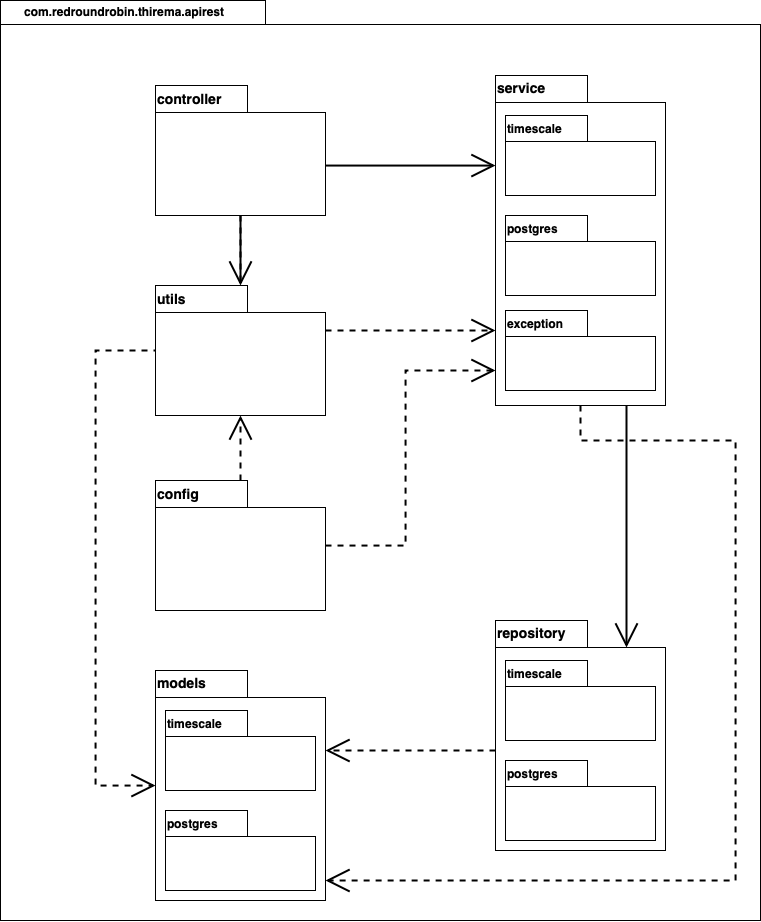
This is esterni/allegato_tecnico/res/images/API/packageAPI.png from RedRoundRobin/swe-docs, a draw.io export, as it was before one commit. Source tidied: cells renumbered, new cells last; positions are measured from the earlier drawing's top-left corner, leaving out a move shared by most shapes. The source it was exported from:
```xml
<mxGraphModel>
  <root>
    <mxCell id="0" />
    <mxCell id="1" parent="0" />
    <mxCell id="2" value="package" style="shape=folder;fontStyle=1;spacingTop=10;tabWidth=40;tabHeight=14;tabPosition=left;html=1;" parent="1" vertex="1">
      <mxGeometry x="345" y="620" width="70" height="50" as="geometry" />
    </mxCell>
    <mxCell id="3" value="com.redroundrobin.thirema.apirest" style="shape=folder;fontStyle=1;spacingTop=-2;tabWidth=265;tabHeight=24;tabPosition=left;html=1;align=left;verticalAlign=top;spacingLeft=22;" parent="1" vertex="1">
      <mxGeometry width="760" height="920" as="geometry" />
    </mxCell>
    <mxCell id="4" style="edgeStyle=orthogonalEdgeStyle;rounded=0;jettySize=auto;html=1;startSize=20;endArrow=open;endFill=0;endSize=20;strokeWidth=2;" parent="1" edge="1" source="15" target="16">
      <mxGeometry relative="1" as="geometry" />
    </mxCell>
    <mxCell id="5" value="&lt;font style=&quot;font-size: 14px&quot;&gt;models&lt;/font&gt;" style="shape=folder;fontStyle=1;spacingTop=-2;tabWidth=92;tabHeight=27;tabPosition=left;html=1;align=left;verticalAlign=top;" parent="1" vertex="1">
      <mxGeometry x="155" y="670" width="170" height="230" as="geometry" />
    </mxCell>
    <mxCell id="6" style="edgeStyle=orthogonalEdgeStyle;rounded=0;jettySize=auto;html=1;dashed=1;startSize=20;endArrow=open;endFill=0;endSize=20;strokeWidth=2;" parent="1" edge="1" source="13" target="5">
      <mxGeometry relative="1" as="geometry">
        <Array as="points">
          <mxPoint x="465" y="750" />
          <mxPoint x="465" y="750" />
        </Array>
      </mxGeometry>
    </mxCell>
    <mxCell id="7" value="timescale" style="shape=folder;fontStyle=1;spacingTop=0;tabWidth=82;tabHeight=26;tabPosition=left;html=1;align=left;verticalAlign=top;" parent="1" vertex="1">
      <mxGeometry x="165" y="710" width="150" height="80" as="geometry" />
    </mxCell>
    <mxCell id="8" style="edgeStyle=orthogonalEdgeStyle;rounded=0;jettySize=auto;html=1;endSize=20;startSize=20;endArrow=open;endFill=0;strokeWidth=2;" parent="1" edge="1" source="15" target="14">
      <mxGeometry relative="1" as="geometry">
        <Array as="points">
          <mxPoint x="445" y="165" />
          <mxPoint x="445" y="165" />
        </Array>
      </mxGeometry>
    </mxCell>
    <mxCell id="9" style="edgeStyle=orthogonalEdgeStyle;rounded=0;jettySize=auto;html=1;dashed=1;startSize=20;endArrow=open;endFill=0;endSize=20;strokeWidth=2;" parent="1" edge="1" source="15" target="5">
      <mxGeometry relative="1" as="geometry">
        <Array as="points">
          <mxPoint x="95" y="350" />
          <mxPoint x="95" y="785" />
        </Array>
      </mxGeometry>
    </mxCell>
    <mxCell id="10" style="edgeStyle=orthogonalEdgeStyle;rounded=0;jettySize=auto;html=1;startSize=20;endArrow=open;endFill=0;endSize=20;strokeWidth=2;entryX=0;entryY=0;entryDx=131;entryDy=27;entryPerimeter=0;" parent="1" edge="1" source="14" target="13">
      <mxGeometry relative="1" as="geometry">
        <Array as="points">
          <mxPoint x="626" y="600" />
          <mxPoint x="626" y="600" />
        </Array>
      </mxGeometry>
    </mxCell>
    <mxCell id="11" style="edgeStyle=orthogonalEdgeStyle;rounded=0;jettySize=auto;html=1;dashed=1;startSize=20;endArrow=open;endFill=0;endSize=20;strokeWidth=2;" parent="1" edge="1" source="14" target="5">
      <mxGeometry relative="1" as="geometry">
        <Array as="points">
          <mxPoint x="735" y="440" />
          <mxPoint x="735" y="880" />
        </Array>
      </mxGeometry>
    </mxCell>
    <mxCell id="12" style="edgeStyle=orthogonalEdgeStyle;rounded=0;jettySize=auto;html=1;dashed=1;startSize=20;endArrow=open;endFill=0;endSize=20;strokeWidth=2;fontSize=20;" parent="1" edge="1" source="16" target="14">
      <mxGeometry relative="1" as="geometry">
        <Array as="points">
          <mxPoint x="415" y="330" />
          <mxPoint x="415" y="330" />
        </Array>
      </mxGeometry>
    </mxCell>
    <mxCell id="13" value="&lt;font style=&quot;font-size: 14px&quot;&gt;repository&lt;/font&gt;" style="shape=folder;fontStyle=1;spacingTop=-2;tabWidth=92;tabHeight=27;tabPosition=left;html=1;align=left;verticalAlign=top;" parent="1" vertex="1">
      <mxGeometry x="495" y="620" width="170" height="230" as="geometry" />
    </mxCell>
    <mxCell id="14" value="&lt;font style=&quot;font-size: 14px&quot;&gt;service&lt;/font&gt;" style="shape=folder;fontStyle=1;spacingTop=-2;tabWidth=92;tabHeight=27;tabPosition=left;html=1;align=left;verticalAlign=top;" parent="1" vertex="1">
      <mxGeometry x="495" y="75" width="170" height="330" as="geometry" />
    </mxCell>
    <mxCell id="15" value="&lt;font style=&quot;font-size: 14px;&quot;&gt;controller&lt;/font&gt;" style="shape=folder;fontStyle=1;spacingTop=-1;tabWidth=92;tabHeight=27;tabPosition=left;html=1;align=left;verticalAlign=top;fontSize=14;" parent="1" vertex="1">
      <mxGeometry x="155" y="85" width="170" height="130" as="geometry" />
    </mxCell>
    <mxCell id="16" value="&lt;font style=&quot;font-size: 14px;&quot;&gt;utils&lt;/font&gt;" style="shape=folder;fontStyle=1;spacingTop=-1;tabWidth=92;tabHeight=27;tabPosition=left;html=1;align=left;verticalAlign=top;fontSize=14;" parent="1" vertex="1">
      <mxGeometry x="155" y="285" width="170" height="130" as="geometry" />
    </mxCell>
    <mxCell id="17" value="postgres" style="shape=folder;fontStyle=1;spacingTop=0;tabWidth=82;tabHeight=26;tabPosition=left;html=1;align=left;verticalAlign=top;" parent="1" vertex="1">
      <mxGeometry x="165" y="810" width="150" height="80" as="geometry" />
    </mxCell>
    <mxCell id="18" value="timescale" style="shape=folder;fontStyle=1;spacingTop=0;tabWidth=82;tabHeight=26;tabPosition=left;html=1;align=left;verticalAlign=top;" parent="1" vertex="1">
      <mxGeometry x="505" y="660" width="150" height="80" as="geometry" />
    </mxCell>
    <mxCell id="19" value="postgres" style="shape=folder;fontStyle=1;spacingTop=0;tabWidth=82;tabHeight=26;tabPosition=left;html=1;align=left;verticalAlign=top;" parent="1" vertex="1">
      <mxGeometry x="505" y="760" width="150" height="80" as="geometry" />
    </mxCell>
    <mxCell id="20" value="timescale" style="shape=folder;fontStyle=1;spacingTop=0;tabWidth=82;tabHeight=26;tabPosition=left;html=1;align=left;verticalAlign=top;" parent="1" vertex="1">
      <mxGeometry x="505" y="115" width="150" height="80" as="geometry" />
    </mxCell>
    <mxCell id="21" value="postgres" style="shape=folder;fontStyle=1;spacingTop=0;tabWidth=82;tabHeight=26;tabPosition=left;html=1;align=left;verticalAlign=top;" parent="1" vertex="1">
      <mxGeometry x="505" y="215" width="150" height="80" as="geometry" />
    </mxCell>
    <mxCell id="22" value="exception" style="shape=folder;fontStyle=1;spacingTop=0;tabWidth=82;tabHeight=26;tabPosition=left;html=1;align=left;verticalAlign=top;" parent="1" vertex="1">
      <mxGeometry x="505" y="310" width="150" height="80" as="geometry" />
    </mxCell>
    <mxCell id="23" style="edgeStyle=orthogonalEdgeStyle;rounded=0;jettySize=auto;html=1;dashed=1;startSize=20;endArrow=open;endFill=0;endSize=20;strokeWidth=2;fontSize=14;" parent="1" edge="1" source="25" target="16">
      <mxGeometry relative="1" as="geometry" />
    </mxCell>
    <mxCell id="24" style="edgeStyle=orthogonalEdgeStyle;rounded=0;jettySize=auto;html=1;dashed=1;startSize=20;endArrow=open;endFill=0;endSize=20;strokeWidth=2;fontSize=14;" parent="1" edge="1" source="25" target="14">
      <mxGeometry relative="1" as="geometry">
        <Array as="points">
          <mxPoint x="405" y="545" />
          <mxPoint x="405" y="370" />
        </Array>
      </mxGeometry>
    </mxCell>
    <mxCell id="25" value="&lt;font style=&quot;font-size: 14px&quot;&gt;config&lt;/font&gt;" style="shape=folder;fontStyle=1;spacingTop=-1;tabWidth=92;tabHeight=27;tabPosition=left;html=1;align=left;verticalAlign=top;fontSize=14;" parent="1" vertex="1">
      <mxGeometry x="155" y="480" width="170" height="130" as="geometry" />
    </mxCell>
  </root>
</mxGraphModel>
```
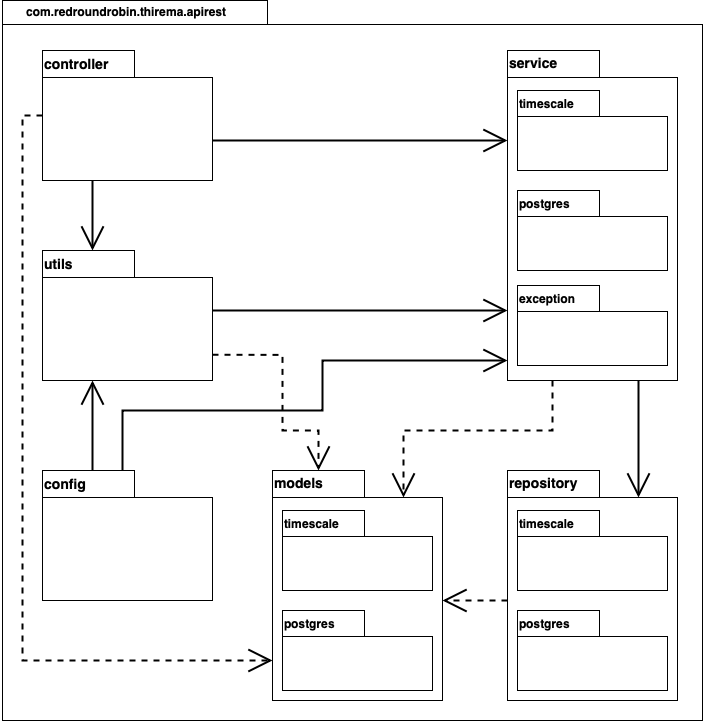
The same file after the commit.

What changed in the source:
```diff
@@ -6,108 +6,128 @@
       <mxGeometry x="345" y="620" width="70" height="50" as="geometry" />
     </mxCell>
     <mxCell id="3" value="com.redroundrobin.thirema.apirest" style="shape=folder;fontStyle=1;spacingTop=-2;tabWidth=265;tabHeight=24;tabPosition=left;html=1;align=left;verticalAlign=top;spacingLeft=22;" parent="1" vertex="1">
-      <mxGeometry width="760" height="920" as="geometry" />
+      <mxGeometry x="-10" width="700" height="720" as="geometry" />
     </mxCell>
     <mxCell id="4" style="edgeStyle=orthogonalEdgeStyle;rounded=0;jettySize=auto;html=1;startSize=20;endArrow=open;endFill=0;endSize=20;strokeWidth=2;" parent="1" edge="1" source="15" target="16">
-      <mxGeometry relative="1" as="geometry" />
+      <mxGeometry relative="1" as="geometry">
+        <Array as="points">
+          <mxPoint x="80" y="210" />
+          <mxPoint x="80" y="210" />
+        </Array>
+      </mxGeometry>
     </mxCell>
     <mxCell id="5" value="&lt;font style=&quot;font-size: 14px&quot;&gt;models&lt;/font&gt;" style="shape=folder;fontStyle=1;spacingTop=-2;tabWidth=92;tabHeight=27;tabPosition=left;html=1;align=left;verticalAlign=top;" parent="1" vertex="1">
-      <mxGeometry x="155" y="670" width="170" height="230" as="geometry" />
+      <mxGeometry x="260" y="470" width="170" height="230" as="geometry" />
     </mxCell>
     <mxCell id="6" style="edgeStyle=orthogonalEdgeStyle;rounded=0;jettySize=auto;html=1;dashed=1;startSize=20;endArrow=open;endFill=0;endSize=20;strokeWidth=2;" parent="1" edge="1" source="13" target="5">
       <mxGeometry relative="1" as="geometry">
         <Array as="points">
-          <mxPoint x="465" y="750" />
-          <mxPoint x="465" y="750" />
+          <mxPoint x="460" y="600" />
+          <mxPoint x="460" y="600" />
         </Array>
       </mxGeometry>
     </mxCell>
     <mxCell id="7" value="timescale" style="shape=folder;fontStyle=1;spacingTop=0;tabWidth=82;tabHeight=26;tabPosition=left;html=1;align=left;verticalAlign=top;" parent="1" vertex="1">
-      <mxGeometry x="165" y="710" width="150" height="80" as="geometry" />
+      <mxGeometry x="270" y="510" width="150" height="80" as="geometry" />
     </mxCell>
     <mxCell id="8" style="edgeStyle=orthogonalEdgeStyle;rounded=0;jettySize=auto;html=1;endSize=20;startSize=20;endArrow=open;endFill=0;strokeWidth=2;" parent="1" edge="1" source="15" target="14">
       <mxGeometry relative="1" as="geometry">
         <Array as="points">
-          <mxPoint x="445" y="165" />
-          <mxPoint x="445" y="165" />
+          <mxPoint x="340" y="140" />
+          <mxPoint x="340" y="140" />
         </Array>
       </mxGeometry>
     </mxCell>
     <mxCell id="9" style="edgeStyle=orthogonalEdgeStyle;rounded=0;jettySize=auto;html=1;dashed=1;startSize=20;endArrow=open;endFill=0;endSize=20;strokeWidth=2;" parent="1" edge="1" source="15" target="5">
       <mxGeometry relative="1" as="geometry">
         <Array as="points">
-          <mxPoint x="95" y="350" />
-          <mxPoint x="95" y="785" />
+          <mxPoint x="10" y="115" />
+          <mxPoint x="10" y="660" />
         </Array>
       </mxGeometry>
     </mxCell>
     <mxCell id="10" style="edgeStyle=orthogonalEdgeStyle;rounded=0;jettySize=auto;html=1;startSize=20;endArrow=open;endFill=0;endSize=20;strokeWidth=2;entryX=0;entryY=0;entryDx=131;entryDy=27;entryPerimeter=0;" parent="1" edge="1" source="14" target="13">
       <mxGeometry relative="1" as="geometry">
         <Array as="points">
-          <mxPoint x="626" y="600" />
-          <mxPoint x="626" y="600" />
+          <mxPoint x="626" y="440" />
+          <mxPoint x="626" y="440" />
         </Array>
       </mxGeometry>
     </mxCell>
-    <mxCell id="11" style="edgeStyle=orthogonalEdgeStyle;rounded=0;jettySize=auto;html=1;dashed=1;startSize=20;endArrow=open;endFill=0;endSize=20;strokeWidth=2;" parent="1" edge="1" source="14" target="5">
+    <mxCell id="11" style="edgeStyle=orthogonalEdgeStyle;rounded=0;jettySize=auto;html=1;dashed=1;startSize=20;endArrow=open;endFill=0;endSize=20;strokeWidth=2;entryX=0;entryY=0;entryDx=131;entryDy=27;entryPerimeter=0;" parent="1" edge="1" source="14" target="5">
       <mxGeometry relative="1" as="geometry">
         <Array as="points">
-          <mxPoint x="735" y="440" />
-          <mxPoint x="735" y="880" />
+          <mxPoint x="540" y="430" />
+          <mxPoint x="391" y="430" />
         </Array>
       </mxGeometry>
     </mxCell>
-    <mxCell id="12" style="edgeStyle=orthogonalEdgeStyle;rounded=0;jettySize=auto;html=1;dashed=1;startSize=20;endArrow=open;endFill=0;endSize=20;strokeWidth=2;fontSize=20;" parent="1" edge="1" source="16" target="14">
+    <mxCell id="12" style="edgeStyle=orthogonalEdgeStyle;rounded=0;jettySize=auto;html=1;startSize=20;endArrow=open;endFill=0;endSize=20;strokeWidth=2;fontSize=20;" parent="1" edge="1" source="16" target="14">
       <mxGeometry relative="1" as="geometry">
         <Array as="points">
-          <mxPoint x="415" y="330" />
-          <mxPoint x="415" y="330" />
+          <mxPoint x="430" y="310" />
+          <mxPoint x="430" y="310" />
         </Array>
       </mxGeometry>
     </mxCell>
     <mxCell id="13" value="&lt;font style=&quot;font-size: 14px&quot;&gt;repository&lt;/font&gt;" style="shape=folder;fontStyle=1;spacingTop=-2;tabWidth=92;tabHeight=27;tabPosition=left;html=1;align=left;verticalAlign=top;" parent="1" vertex="1">
-      <mxGeometry x="495" y="620" width="170" height="230" as="geometry" />
+      <mxGeometry x="495" y="470" width="170" height="230" as="geometry" />
     </mxCell>
     <mxCell id="14" value="&lt;font style=&quot;font-size: 14px&quot;&gt;service&lt;/font&gt;" style="shape=folder;fontStyle=1;spacingTop=-2;tabWidth=92;tabHeight=27;tabPosition=left;html=1;align=left;verticalAlign=top;" parent="1" vertex="1">
-      <mxGeometry x="495" y="75" width="170" height="330" as="geometry" />
+      <mxGeometry x="495" y="50" width="170" height="330" as="geometry" />
     </mxCell>
     <mxCell id="15" value="&lt;font style=&quot;font-size: 14px;&quot;&gt;controller&lt;/font&gt;" style="shape=folder;fontStyle=1;spacingTop=-1;tabWidth=92;tabHeight=27;tabPosition=left;html=1;align=left;verticalAlign=top;fontSize=14;" parent="1" vertex="1">
-      <mxGeometry x="155" y="85" width="170" height="130" as="geometry" />
+      <mxGeometry x="30" y="50" width="170" height="130" as="geometry" />
     </mxCell>
     <mxCell id="16" value="&lt;font style=&quot;font-size: 14px;&quot;&gt;utils&lt;/font&gt;" style="shape=folder;fontStyle=1;spacingTop=-1;tabWidth=92;tabHeight=27;tabPosition=left;html=1;align=left;verticalAlign=top;fontSize=14;" parent="1" vertex="1">
-      <mxGeometry x="155" y="285" width="170" height="130" as="geometry" />
+      <mxGeometry x="30" y="250" width="170" height="130" as="geometry" />
     </mxCell>
     <mxCell id="17" value="postgres" style="shape=folder;fontStyle=1;spacingTop=0;tabWidth=82;tabHeight=26;tabPosition=left;html=1;align=left;verticalAlign=top;" parent="1" vertex="1">
-      <mxGeometry x="165" y="810" width="150" height="80" as="geometry" />
+      <mxGeometry x="270" y="610" width="150" height="80" as="geometry" />
     </mxCell>
     <mxCell id="18" value="timescale" style="shape=folder;fontStyle=1;spacingTop=0;tabWidth=82;tabHeight=26;tabPosition=left;html=1;align=left;verticalAlign=top;" parent="1" vertex="1">
-      <mxGeometry x="505" y="660" width="150" height="80" as="geometry" />
+      <mxGeometry x="505" y="510" width="150" height="80" as="geometry" />
     </mxCell>
     <mxCell id="19" value="postgres" style="shape=folder;fontStyle=1;spacingTop=0;tabWidth=82;tabHeight=26;tabPosition=left;html=1;align=left;verticalAlign=top;" parent="1" vertex="1">
-      <mxGeometry x="505" y="760" width="150" height="80" as="geometry" />
+      <mxGeometry x="505" y="610" width="150" height="80" as="geometry" />
     </mxCell>
     <mxCell id="20" value="timescale" style="shape=folder;fontStyle=1;spacingTop=0;tabWidth=82;tabHeight=26;tabPosition=left;html=1;align=left;verticalAlign=top;" parent="1" vertex="1">
-      <mxGeometry x="505" y="115" width="150" height="80" as="geometry" />
+      <mxGeometry x="505" y="90" width="150" height="80" as="geometry" />
     </mxCell>
     <mxCell id="21" value="postgres" style="shape=folder;fontStyle=1;spacingTop=0;tabWidth=82;tabHeight=26;tabPosition=left;html=1;align=left;verticalAlign=top;" parent="1" vertex="1">
-      <mxGeometry x="505" y="215" width="150" height="80" as="geometry" />
+      <mxGeometry x="505" y="190" width="150" height="80" as="geometry" />
     </mxCell>
     <mxCell id="22" value="exception" style="shape=folder;fontStyle=1;spacingTop=0;tabWidth=82;tabHeight=26;tabPosition=left;html=1;align=left;verticalAlign=top;" parent="1" vertex="1">
-      <mxGeometry x="505" y="310" width="150" height="80" as="geometry" />
+      <mxGeometry x="505" y="285" width="150" height="80" as="geometry" />
     </mxCell>
-    <mxCell id="23" style="edgeStyle=orthogonalEdgeStyle;rounded=0;jettySize=auto;html=1;dashed=1;startSize=20;endArrow=open;endFill=0;endSize=20;strokeWidth=2;fontSize=14;" parent="1" edge="1" source="25" target="16">
-      <mxGeometry relative="1" as="geometry" />
+    <mxCell id="23" style="edgeStyle=orthogonalEdgeStyle;rounded=0;jettySize=auto;html=1;startSize=20;endArrow=open;endFill=0;endSize=20;strokeWidth=2;fontSize=14;" parent="1" edge="1" source="25" target="16">
+      <mxGeometry relative="1" as="geometry">
+        <Array as="points">
+          <mxPoint x="80" y="430" />
+          <mxPoint x="80" y="430" />
+        </Array>
+      </mxGeometry>
     </mxCell>
-    <mxCell id="24" style="edgeStyle=orthogonalEdgeStyle;rounded=0;jettySize=auto;html=1;dashed=1;startSize=20;endArrow=open;endFill=0;endSize=20;strokeWidth=2;fontSize=14;" parent="1" edge="1" source="25" target="14">
+    <mxCell id="24" style="edgeStyle=orthogonalEdgeStyle;rounded=0;jettySize=auto;html=1;startSize=20;endArrow=open;endFill=0;endSize=20;strokeWidth=2;fontSize=14;" parent="1" edge="1" source="25" target="14">
       <mxGeometry relative="1" as="geometry">
         <Array as="points">
-          <mxPoint x="405" y="545" />
-          <mxPoint x="405" y="370" />
+          <mxPoint x="110" y="410" />
+          <mxPoint x="310" y="410" />
+          <mxPoint x="310" y="360" />
         </Array>
       </mxGeometry>
     </mxCell>
     <mxCell id="25" value="&lt;font style=&quot;font-size: 14px&quot;&gt;config&lt;/font&gt;" style="shape=folder;fontStyle=1;spacingTop=-1;tabWidth=92;tabHeight=27;tabPosition=left;html=1;align=left;verticalAlign=top;fontSize=14;" parent="1" vertex="1">
-      <mxGeometry x="155" y="480" width="170" height="130" as="geometry" />
+      <mxGeometry x="30" y="470" width="170" height="130" as="geometry" />
     </mxCell>
+    <mxCell id="26" style="edgeStyle=orthogonalEdgeStyle;rounded=0;jettySize=auto;html=1;dashed=1;startSize=20;endArrow=open;endFill=0;endSize=20;strokeWidth=2;exitX=0;exitY=0;exitDx=170;exitDy=104.25;exitPerimeter=0;entryX=0;entryY=0;entryDx=46;entryDy=0;entryPerimeter=0;" parent="1" edge="1" source="16" target="5">
+      <mxGeometry relative="1" as="geometry">
+        <Array as="points">
+          <mxPoint x="270" y="354" />
+          <mxPoint x="270" y="430" />
+          <mxPoint x="306" y="430" />
+        </Array>
+      </mxGeometry>
+    </mxCell>
   </root>
 </mxGraphModel>
```
